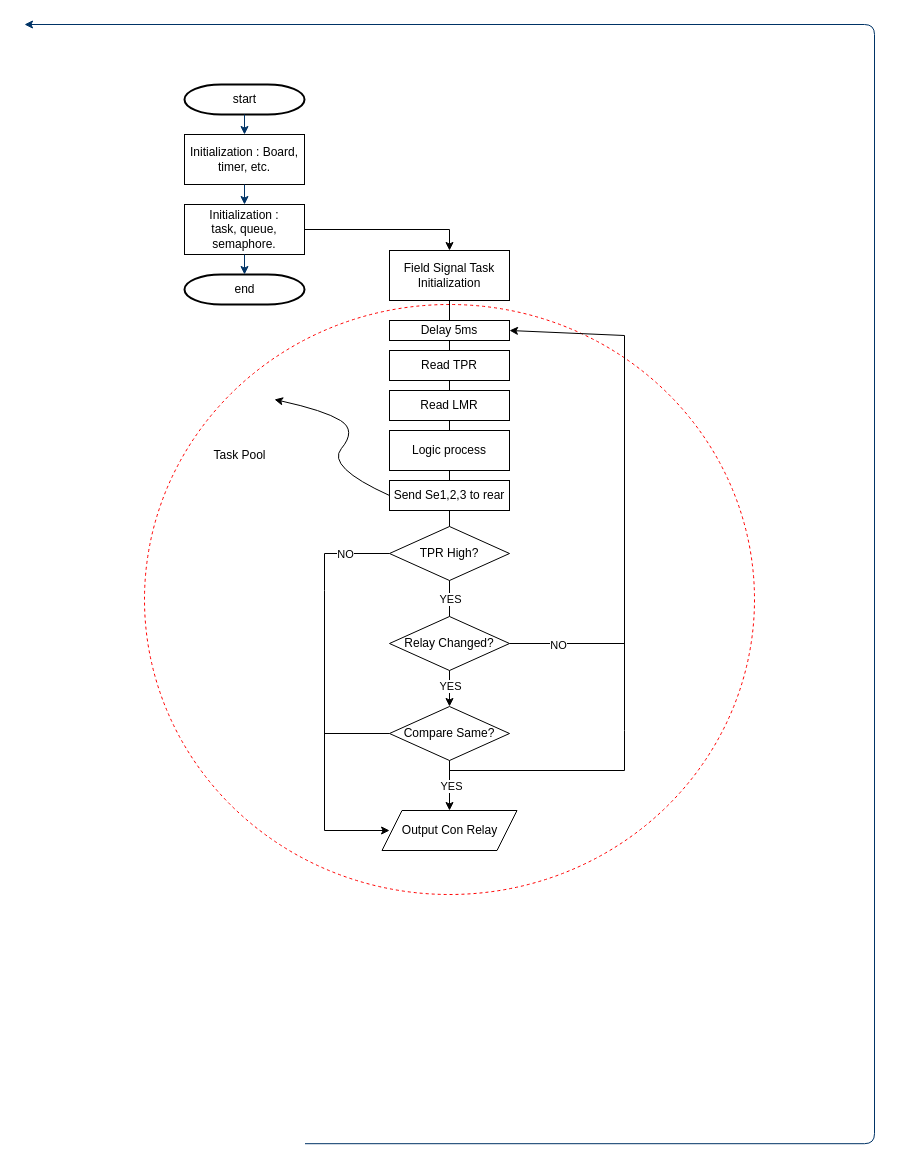
Earlier version of the draw.io diagram EABS/Document_Pack/ASDD/Tasks/FieldSignalTask/FieldSignalTask_FlowChart06.drawio (chillin2/MyDraw.io). Source tidied: cells renumbered, new cells numbered last; positions are measured from the earlier drawing's top-left corner, leaving out a move shared by most shapes. Both pictures are drawn from the tidied source at 100%, with x=0, y=0 at pixel (24, 24).
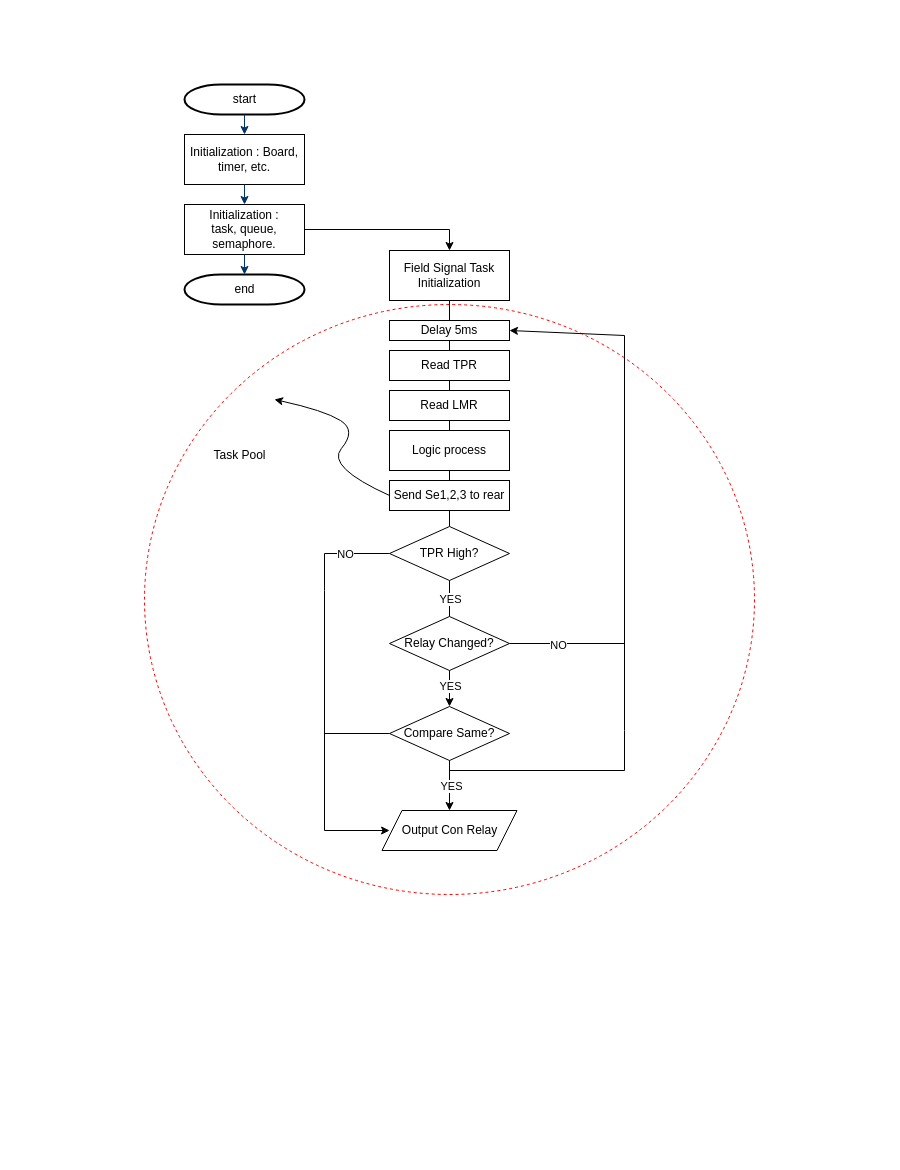
The same diagram, later.

What changed in the source:
```diff
@@
-    <mxCell id="6" style="edgeStyle=elbowEdgeStyle;elbow=horizontal;exitX=1;exitY=0.5;exitPerimeter=0;entryX=0.905;entryY=0.5;entryPerimeter=0;fontStyle=1;strokeColor=#003366;strokeWidth=1;html=1;" parent="1" edge="1">
-      <mxGeometry as="geometry">
-        <mxPoint x="280.5" y="1119.2" as="sourcePoint" />
-        <mxPoint as="targetPoint" />
-        <Array as="points">
-          <mxPoint x="850" y="1320" />
-        </Array>
-      </mxGeometry>
-    </mxCell>
```
